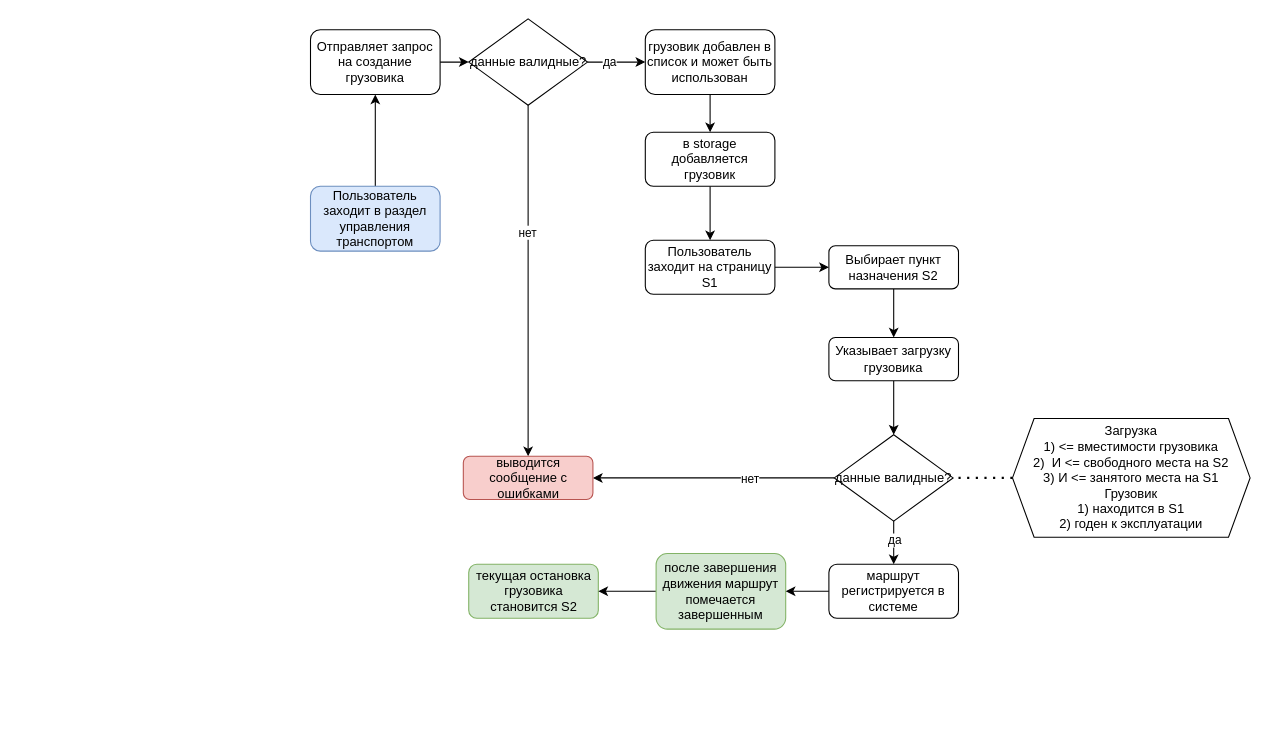
Above: static/move_trucks_feature.drawio in phantom-profile/storages_manage_service (draw.io), before the change. Source tidied: cells renumbered, new cells numbered last; positions are measured from the earlier drawing's top-left corner, leaving out a move shared by most shapes. Both pictures are drawn from the tidied source at 108%, with x=0, y=0 at pixel (310, 18).
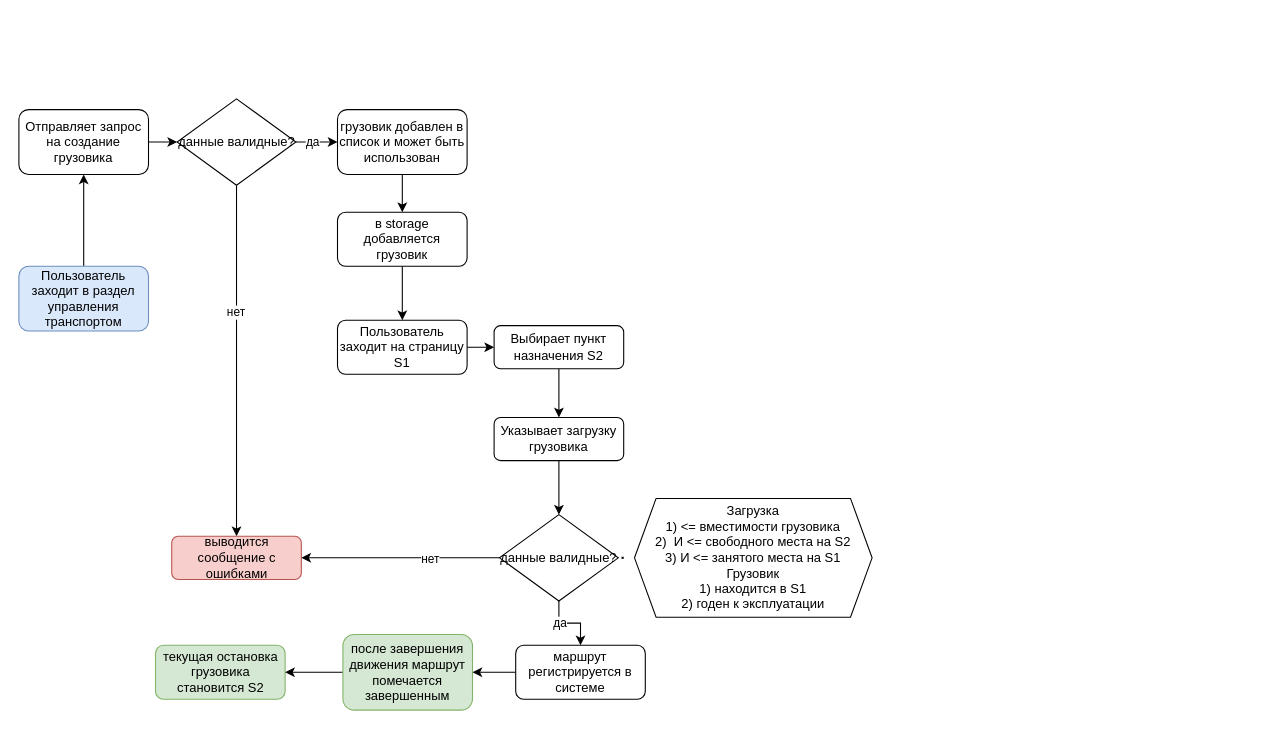
Above is the later version.

What changed in the source:
```diff
@@
     <mxCell id="3" value="грузовик добавлен в список и может быть использован" style="rounded=1;whiteSpace=wrap;html=1;fontSize=12;glass=0;strokeWidth=1;shadow=0;" parent="1" vertex="1">
-      <mxGeometry x="310" y="10" width="120" height="60" as="geometry" />
+      <mxGeometry x="25" y="84" width="120" height="60" as="geometry" />
     </mxCell>
@@
     <mxCell id="5" value="Отправляет запрос на создание грузовика" style="rounded=1;whiteSpace=wrap;html=1;fontSize=12;glass=0;strokeWidth=1;shadow=0;" parent="1" vertex="1">
-      <mxGeometry y="10" width="120" height="60" as="geometry" />
+      <mxGeometry x="-270" y="84" width="120" height="60" as="geometry" />
     </mxCell>
@@
     <mxCell id="7" value="Пользователь заходит в раздел управления транспортом" style="rounded=1;whiteSpace=wrap;html=1;fontSize=12;glass=0;strokeWidth=1;shadow=0;fillColor=#dae8fc;strokeColor=#6c8ebf;" parent="1" vertex="1">
-      <mxGeometry y="155" width="120" height="60" as="geometry" />
+      <mxGeometry x="-270" y="229" width="120" height="60" as="geometry" />
     </mxCell>
     <mxCell id="8" value="текущая остановка грузовика становится S2" style="rounded=1;whiteSpace=wrap;html=1;fontSize=12;glass=0;strokeWidth=1;shadow=0;fillColor=#d5e8d4;strokeColor=#82b366;" parent="1" vertex="1">
-      <mxGeometry x="146.5" y="505" width="120" height="50" as="geometry" />
+      <mxGeometry x="-143.5" y="580" width="120" height="50" as="geometry" />
     </mxCell>
@@
     <mxCell id="10" value="после завершения движения маршрут помечается завершенным" style="rounded=1;whiteSpace=wrap;html=1;fontSize=12;glass=0;strokeWidth=1;shadow=0;fillColor=#d5e8d4;strokeColor=#82b366;" parent="1" vertex="1">
-      <mxGeometry x="320" y="495" width="120" height="70" as="geometry" />
+      <mxGeometry x="30" y="570" width="120" height="70" as="geometry" />
     </mxCell>
@@
     <mxCell id="12" value="в storage добавляется &lt;br&gt;грузовик" style="rounded=1;whiteSpace=wrap;html=1;fontSize=12;glass=0;strokeWidth=1;shadow=0;" parent="1" vertex="1">
-      <mxGeometry x="310" y="105" width="120" height="50" as="geometry" />
+      <mxGeometry x="25" y="179" width="120" height="50" as="geometry" />
     </mxCell>
@@
     <mxCell id="17" value="данные валидные?" style="rhombus;whiteSpace=wrap;html=1;" parent="1" vertex="1">
-      <mxGeometry x="146.5" width="110" height="80" as="geometry" />
+      <mxGeometry x="-123.5" y="74" width="110" height="80" as="geometry" />
     </mxCell>
@@
     <mxCell id="19" value="маршрут регистрируется в системе" style="rounded=1;whiteSpace=wrap;html=1;fontSize=12;glass=0;strokeWidth=1;shadow=0;" parent="1" vertex="1">
-      <mxGeometry x="480" y="505" width="120" height="50" as="geometry" />
+      <mxGeometry x="190" y="580" width="120" height="50" as="geometry" />
     </mxCell>
@@
     <mxCell id="21" value="Указывает загрузку грузовика" style="rounded=1;whiteSpace=wrap;html=1;fontSize=12;glass=0;strokeWidth=1;shadow=0;" parent="1" vertex="1">
-      <mxGeometry x="480" y="295" width="120" height="40" as="geometry" />
+      <mxGeometry x="170" y="369" width="120" height="40" as="geometry" />
     </mxCell>
@@
     <mxCell id="23" value="Выбирает пункт назначения S2" style="rounded=1;whiteSpace=wrap;html=1;fontSize=12;glass=0;strokeWidth=1;shadow=0;" parent="1" vertex="1">
-      <mxGeometry x="480" y="210" width="120" height="40" as="geometry" />
+      <mxGeometry x="170" y="284" width="120" height="40" as="geometry" />
     </mxCell>
@@
     <mxCell id="25" value="Пользователь заходит на страницу S1" style="rounded=1;whiteSpace=wrap;html=1;fontSize=12;glass=0;strokeWidth=1;shadow=0;" parent="1" vertex="1">
-      <mxGeometry x="310" y="205" width="120" height="50" as="geometry" />
+      <mxGeometry x="25" y="279" width="120" height="50" as="geometry" />
     </mxCell>
@@
     <mxCell id="30" value="выводится сообщение с ошибками" style="rounded=1;whiteSpace=wrap;html=1;fontSize=12;glass=0;strokeWidth=1;shadow=0;fillColor=#f8cecc;strokeColor=#b85450;" parent="1" vertex="1">
-      <mxGeometry x="141.5" y="405" width="120" height="40" as="geometry" />
+      <mxGeometry x="-128.5" y="479" width="120" height="40" as="geometry" />
     </mxCell>
     <mxCell id="31" value="данные валидные?" style="rhombus;whiteSpace=wrap;html=1;" parent="1" vertex="1">
-      <mxGeometry x="485" y="385" width="110" height="80" as="geometry" />
+      <mxGeometry x="175" y="459" width="110" height="80" as="geometry" />
     </mxCell>
     <mxCell id="32" value="Загрузка&lt;br style=&quot;border-color: var(--border-color);&quot;&gt;1) &amp;lt;= вместимости грузовика&lt;br style=&quot;border-color: var(--border-color);&quot;&gt;2)&amp;nbsp; И &amp;lt;= свободного места на S2&lt;br style=&quot;border-color: var(--border-color);&quot;&gt;3) И &amp;lt;= занятого места на S1&lt;br&gt;Грузовик &lt;br&gt;1) находится в S1&lt;br&gt;2) годен к эксплуатации&lt;br&gt;" style="shape=hexagon;perimeter=hexagonPerimeter2;whiteSpace=wrap;html=1;fixedSize=1;" parent="1" vertex="1">
-      <mxGeometry x="650" y="370" width="220" height="110" as="geometry" />
+      <mxGeometry x="300" y="444" width="220" height="110" as="geometry" />
     </mxCell>
-    <mxCell id="33" style="endArrow=none;dashed=1;html=1;dashPattern=1 3;strokeWidth=2;rounded=0;entryX=1;entryY=0.5;entryDx=0;entryDy=0;" parent="1" edge="1" source="32" target="31">
-      <mxGeometry relative="1" as="geometry" />
+    <mxCell id="33" style="endArrow=none;dashed=1;html=1;dashPattern=1 3;strokeWidth=2;rounded=0;entryX=1;entryY=0.5;entryDx=0;entryDy=0;" parent="1" edge="1" target="31">
+      <mxGeometry relative="1" as="geometry">
+        <mxPoint x="290" y="499" as="sourcePoint" />
+      </mxGeometry>
     </mxCell>
```
